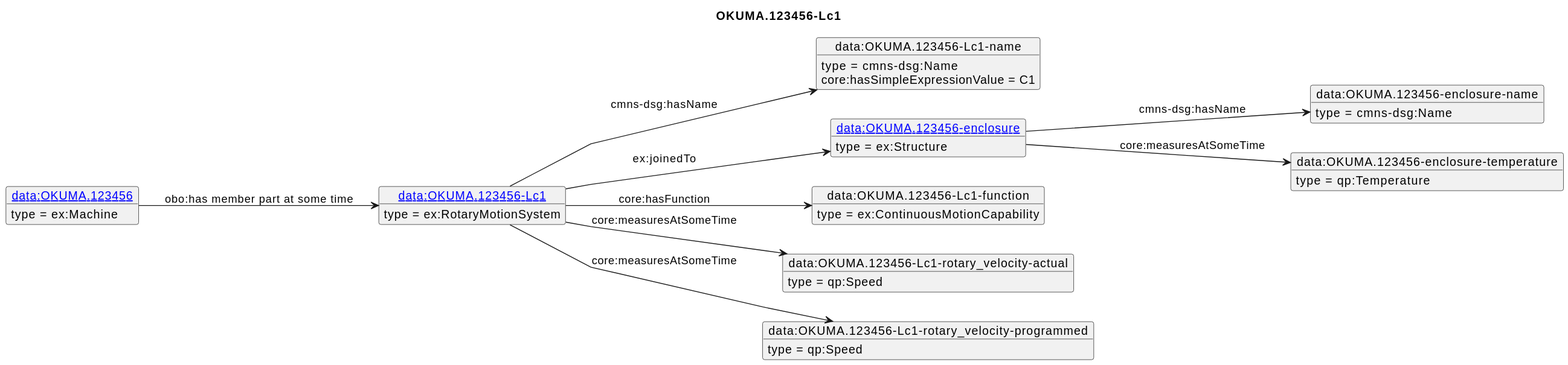
The PlantUML diagram diagrams/OKUMA.123456-Lc1.svg in iofoundry/example-syseng-mtconnect, before a commit.
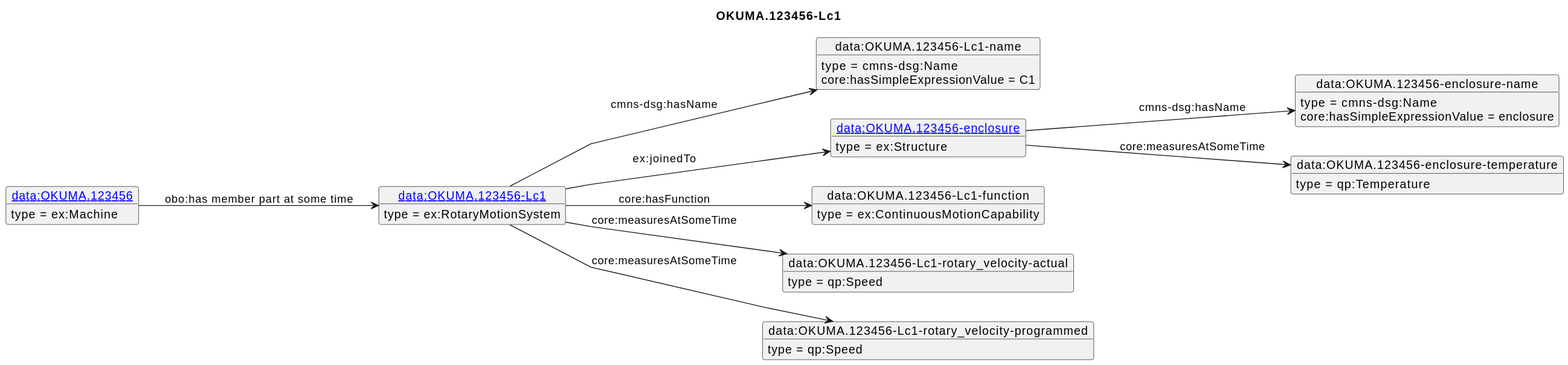
The same file after the commit.

The edit, as a diff of the source:
```diff
@@ -33,6 +33,7 @@
 o2 : core:hasSimpleExpressionValue = C1
 o1 --> o3 : ex:joinedTo
 o3 --> o4 : cmns-dsg:hasName
+o4 : core:hasSimpleExpressionValue = enclosure
 o3 --> o5 : core:measuresAtSomeTime
 o1 --> o6 : core:hasFunction
 o1 --> o7 : core:measuresAtSomeTime
```
